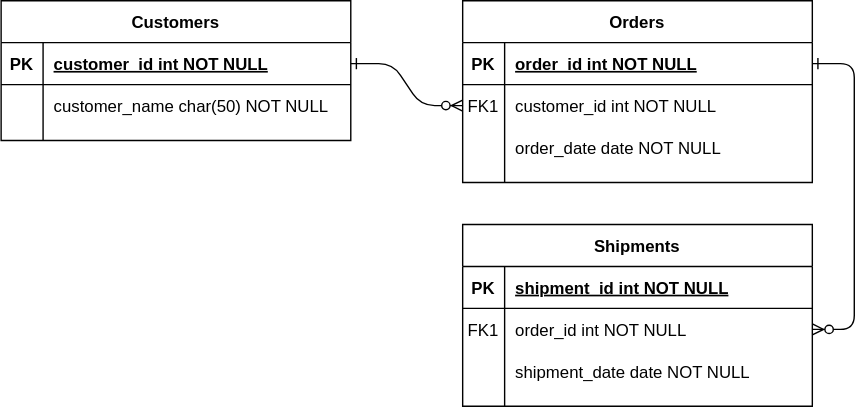
Earlier version of the draw.io export scripts/Untitled Diagram.svg (DJWOMS/useful). Source tidied: cells renumbered, new cells last; positions are measured from the earlier drawing's top-left corner, leaving out a move shared by most shapes.
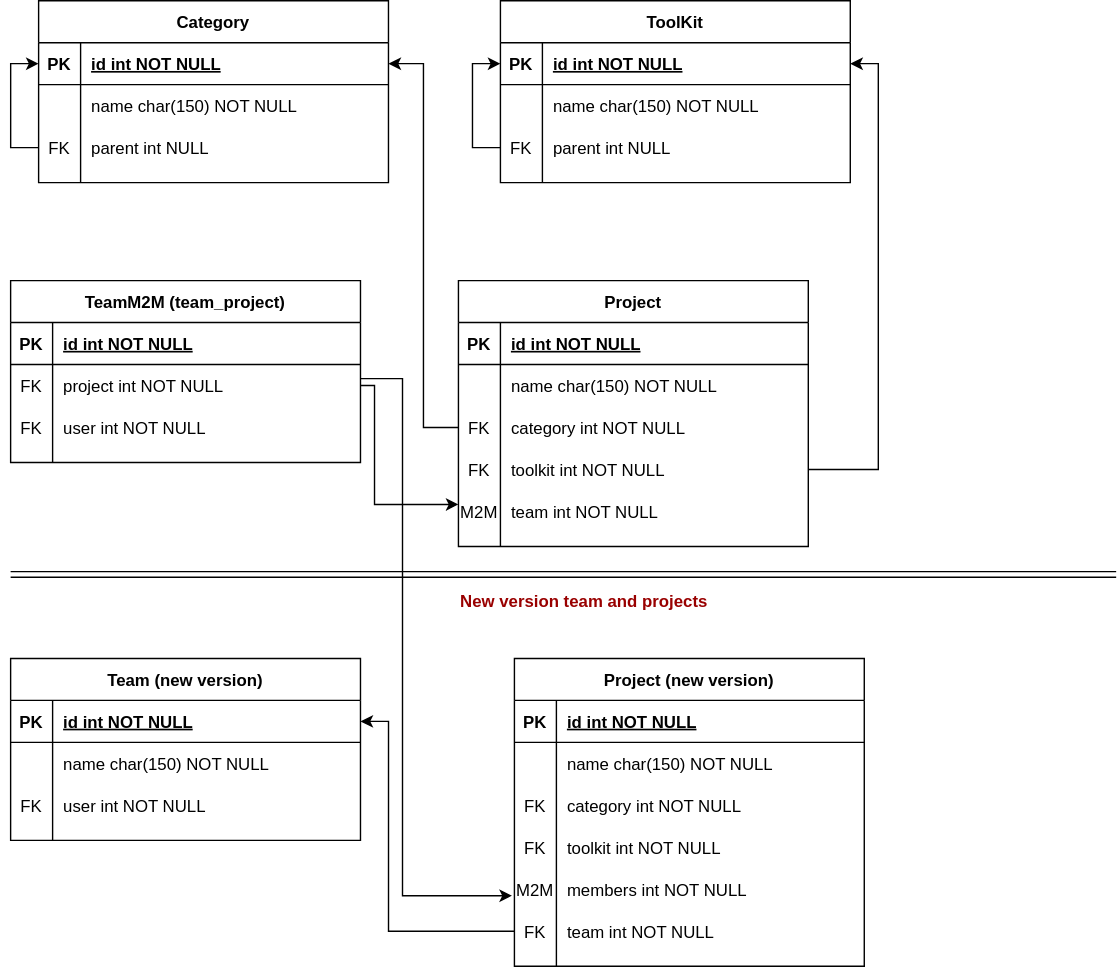
Later version of the same file.

The edit, as a diff of the source:
```diff
@@ -4,10 +4,4 @@
     <mxCell id="1" parent="0" />
-    <mxCell id="2" style="edgeStyle=entityRelationEdgeStyle;endArrow=ERzeroToMany;startArrow=ERone;endFill=1;startFill=0;" parent="1" edge="1" source="25" target="8">
-      <mxGeometry relative="1" as="geometry" />
-    </mxCell>
-    <mxCell id="3" style="edgeStyle=entityRelationEdgeStyle;endArrow=ERzeroToMany;startArrow=ERone;endFill=1;startFill=0;" parent="1" edge="1" source="5" target="18">
-      <mxGeometry relative="1" as="geometry" />
-    </mxCell>
-    <mxCell id="4" value="Orders" style="shape=table;startSize=30;rowLines=0;fontStyle=1;align=center;" parent="1" vertex="1">
-      <mxGeometry x="330" width="250" height="130" as="geometry" />
+    <mxCell id="4" value="Project" style="shape=table;startSize=30;rowLines=0;fontStyle=1;align=center;" parent="1" vertex="1">
+      <mxGeometry x="200" y="90" width="250" height="190" as="geometry" />
     </mxCell>
@@ -19,3 +13,3 @@
     </mxCell>
-    <mxCell id="7" value="order_id int NOT NULL " style="shape=partialRectangle;overflow=hidden;fillColor=none;top=0;left=0;bottom=0;right=0;align=left;spacingLeft=6;fontStyle=5;" parent="5" vertex="1">
+    <mxCell id="7" value="id int NOT NULL " style="shape=partialRectangle;overflow=hidden;fillColor=none;top=0;left=0;bottom=0;right=0;align=left;spacingLeft=6;fontStyle=5;" parent="5" vertex="1">
       <mxGeometry x="30" width="220" height="30" as="geometry" />
@@ -25,6 +19,6 @@
     </mxCell>
-    <mxCell id="9" value="FK1" style="shape=partialRectangle;overflow=hidden;fillColor=none;top=0;left=0;bottom=0;right=0;" parent="8" vertex="1">
+    <mxCell id="9" style="shape=partialRectangle;overflow=hidden;fillColor=none;top=0;left=0;bottom=0;right=0;" parent="8" vertex="1">
       <mxGeometry width="30" height="30" as="geometry" />
     </mxCell>
-    <mxCell id="10" value="customer_id int NOT NULL" style="shape=partialRectangle;overflow=hidden;fillColor=none;top=0;left=0;bottom=0;right=0;align=left;spacingLeft=6;" parent="8" vertex="1">
+    <mxCell id="10" value="name char(150) NOT NULL" style="shape=partialRectangle;overflow=hidden;fillColor=none;top=0;left=0;bottom=0;right=0;align=left;spacingLeft=6;" parent="8" vertex="1">
       <mxGeometry x="30" width="220" height="30" as="geometry" />
@@ -34,10 +28,28 @@
     </mxCell>
-    <mxCell id="12" style="shape=partialRectangle;overflow=hidden;fillColor=none;top=0;left=0;bottom=0;right=0;" parent="11" vertex="1">
+    <mxCell id="12" value="FK" style="shape=partialRectangle;overflow=hidden;fillColor=none;top=0;left=0;bottom=0;right=0;" parent="11" vertex="1">
       <mxGeometry width="30" height="30" as="geometry" />
     </mxCell>
-    <mxCell id="13" value="order_date date NOT NULL" style="shape=partialRectangle;overflow=hidden;fillColor=none;top=0;left=0;bottom=0;right=0;align=left;spacingLeft=6;" parent="11" vertex="1">
+    <mxCell id="13" value="category int NOT NULL" style="shape=partialRectangle;overflow=hidden;fillColor=none;top=0;left=0;bottom=0;right=0;align=left;spacingLeft=6;" parent="11" vertex="1">
       <mxGeometry x="30" width="220" height="30" as="geometry" />
     </mxCell>
+    <mxCell id="31" style="shape=partialRectangle;fillColor=none;points=[[0,0.5],[1,0.5]];portConstraint=eastwest;top=0;left=0;right=0;bottom=0;" parent="4" vertex="1">
+      <mxGeometry y="120" width="250" height="30" as="geometry" />
+    </mxCell>
+    <mxCell id="32" value="FK" style="shape=partialRectangle;overflow=hidden;fillColor=none;top=0;left=0;bottom=0;right=0;" parent="31" vertex="1">
+      <mxGeometry width="30" height="30" as="geometry" />
+    </mxCell>
+    <mxCell id="33" value="toolkit int NOT NULL" style="shape=partialRectangle;overflow=hidden;fillColor=none;top=0;left=0;bottom=0;right=0;align=left;spacingLeft=6;" parent="31" vertex="1">
+      <mxGeometry x="30" width="220" height="30" as="geometry" />
+    </mxCell>
+    <mxCell id="34" style="shape=partialRectangle;fillColor=none;points=[[0,0.5],[1,0.5]];portConstraint=eastwest;top=0;left=0;right=0;bottom=0;" parent="4" vertex="1">
+      <mxGeometry y="150" width="250" height="30" as="geometry" />
+    </mxCell>
+    <mxCell id="35" value="M2M" style="shape=partialRectangle;overflow=hidden;fillColor=none;top=0;left=0;bottom=0;right=0;" parent="34" vertex="1">
+      <mxGeometry width="30" height="30" as="geometry" />
+    </mxCell>
+    <mxCell id="36" value="team int NOT NULL" style="shape=partialRectangle;overflow=hidden;fillColor=none;top=0;left=0;bottom=0;right=0;align=left;spacingLeft=6;" parent="34" vertex="1">
+      <mxGeometry x="30" width="220" height="30" as="geometry" />
+    </mxCell>
-    <mxCell id="14" value="Shipments" style="shape=table;startSize=30;rowLines=0;fontStyle=1;align=center;" parent="1" vertex="1">
-      <mxGeometry x="330" y="160" width="250" height="130" as="geometry" />
+    <mxCell id="14" value="ToolKit" style="shape=table;startSize=30;rowLines=0;fontStyle=1;align=center;" parent="1" vertex="1">
+      <mxGeometry x="230" y="-110" width="250" height="130" as="geometry" />
     </mxCell>
@@ -49,3 +61,3 @@
     </mxCell>
-    <mxCell id="17" value="shipment_id int NOT NULL " style="shape=partialRectangle;overflow=hidden;fillColor=none;top=0;left=0;bottom=0;right=0;align=left;spacingLeft=6;fontStyle=5;" parent="15" vertex="1">
+    <mxCell id="17" value="id int NOT NULL " style="shape=partialRectangle;overflow=hidden;fillColor=none;top=0;left=0;bottom=0;right=0;align=left;spacingLeft=6;fontStyle=5;" parent="15" vertex="1">
       <mxGeometry x="30" width="220" height="30" as="geometry" />
@@ -55,8 +67,11 @@
     </mxCell>
-    <mxCell id="19" value="FK1" style="shape=partialRectangle;overflow=hidden;fillColor=none;top=0;left=0;bottom=0;right=0;" parent="18" vertex="1">
+    <mxCell id="19" style="shape=partialRectangle;overflow=hidden;fillColor=none;top=0;left=0;bottom=0;right=0;" parent="18" vertex="1">
       <mxGeometry width="30" height="30" as="geometry" />
     </mxCell>
-    <mxCell id="20" value="order_id int NOT NULL" style="shape=partialRectangle;overflow=hidden;fillColor=none;top=0;left=0;bottom=0;right=0;align=left;spacingLeft=6;" parent="18" vertex="1">
+    <mxCell id="20" value="name char(150) NOT NULL" style="shape=partialRectangle;overflow=hidden;fillColor=none;top=0;left=0;bottom=0;right=0;align=left;spacingLeft=6;" parent="18" vertex="1">
       <mxGeometry x="30" width="220" height="30" as="geometry" />
     </mxCell>
+    <mxCell id="37" style="edgeStyle=orthogonalEdgeStyle;rounded=0;jettySize=auto;html=1;entryX=0;entryY=0.5;entryDx=0;entryDy=0;" parent="14" edge="1" source="21" target="15">
+      <mxGeometry relative="1" as="geometry" />
+    </mxCell>
     <mxCell id="21" style="shape=partialRectangle;fillColor=none;points=[[0,0.5],[1,0.5]];portConstraint=eastwest;top=0;left=0;right=0;bottom=0;" parent="14" vertex="1">
@@ -64,10 +79,10 @@
     </mxCell>
-    <mxCell id="22" style="shape=partialRectangle;overflow=hidden;fillColor=none;top=0;left=0;bottom=0;right=0;" parent="21" vertex="1">
+    <mxCell id="22" value="FK" style="shape=partialRectangle;overflow=hidden;fillColor=none;top=0;left=0;bottom=0;right=0;" parent="21" vertex="1">
       <mxGeometry width="30" height="30" as="geometry" />
     </mxCell>
-    <mxCell id="23" value="shipment_date date NOT NULL" style="shape=partialRectangle;overflow=hidden;fillColor=none;top=0;left=0;bottom=0;right=0;align=left;spacingLeft=6;" parent="21" vertex="1">
+    <mxCell id="23" value="parent int NULL" style="shape=partialRectangle;overflow=hidden;fillColor=none;top=0;left=0;bottom=0;right=0;align=left;spacingLeft=6;" parent="21" vertex="1">
       <mxGeometry x="30" width="220" height="30" as="geometry" />
     </mxCell>
-    <mxCell id="24" value="Customers" style="shape=table;startSize=30;rowLines=0;fontStyle=1;align=center;" parent="1" vertex="1">
-      <mxGeometry width="250" height="100" as="geometry" />
+    <mxCell id="24" value="Category" style="shape=table;startSize=30;rowLines=0;fontStyle=1;align=center;" parent="1" vertex="1">
+      <mxGeometry x="-100" y="-110" width="250" height="130" as="geometry" />
     </mxCell>
@@ -79,3 +94,3 @@
     </mxCell>
-    <mxCell id="27" value="customer_id int NOT NULL " style="shape=partialRectangle;overflow=hidden;fillColor=none;top=0;left=0;bottom=0;right=0;align=left;spacingLeft=6;fontStyle=5;" parent="25" vertex="1">
+    <mxCell id="27" value="id int NOT NULL " style="shape=partialRectangle;overflow=hidden;fillColor=none;top=0;left=0;bottom=0;right=0;align=left;spacingLeft=6;fontStyle=5;" parent="25" vertex="1">
       <mxGeometry x="30" width="220" height="30" as="geometry" />
@@ -88,5 +103,173 @@
     </mxCell>
-    <mxCell id="30" value="customer_name char(50) NOT NULL" style="shape=partialRectangle;overflow=hidden;fillColor=none;top=0;left=0;bottom=0;right=0;align=left;spacingLeft=6;" parent="28" vertex="1">
+    <mxCell id="30" value="name char(150) NOT NULL" style="shape=partialRectangle;overflow=hidden;fillColor=none;top=0;left=0;bottom=0;right=0;align=left;spacingLeft=6;" parent="28" vertex="1">
       <mxGeometry x="30" width="220" height="30" as="geometry" />
     </mxCell>
+    <mxCell id="38" style="edgeStyle=orthogonalEdgeStyle;rounded=0;jettySize=auto;html=1;entryX=0;entryY=0.5;entryDx=0;entryDy=0;" parent="24" edge="1" source="39" target="25">
+      <mxGeometry relative="1" as="geometry" />
+    </mxCell>
+    <mxCell id="39" style="shape=partialRectangle;fillColor=none;points=[[0,0.5],[1,0.5]];portConstraint=eastwest;top=0;left=0;right=0;bottom=0;" parent="24" vertex="1">
+      <mxGeometry y="90" width="250" height="30" as="geometry" />
+    </mxCell>
+    <mxCell id="40" value="FK" style="shape=partialRectangle;overflow=hidden;fillColor=none;top=0;left=0;bottom=0;right=0;" parent="39" vertex="1">
+      <mxGeometry width="30" height="30" as="geometry" />
+    </mxCell>
+    <mxCell id="41" value="parent int NULL" style="shape=partialRectangle;overflow=hidden;fillColor=none;top=0;left=0;bottom=0;right=0;align=left;spacingLeft=6;" parent="39" vertex="1">
+      <mxGeometry x="30" width="220" height="30" as="geometry" />
+    </mxCell>
+    <mxCell id="42" style="edgeStyle=orthogonalEdgeStyle;rounded=0;jettySize=auto;html=1;exitX=0;exitY=0.5;exitDx=0;exitDy=0;" parent="1" edge="1" source="11" target="25">
+      <mxGeometry relative="1" as="geometry" />
+    </mxCell>
+    <mxCell id="43" style="edgeStyle=orthogonalEdgeStyle;rounded=0;jettySize=auto;html=1;entryX=1;entryY=0.5;entryDx=0;entryDy=0;" parent="1" edge="1" source="31" target="15">
+      <mxGeometry relative="1" as="geometry" />
+    </mxCell>
+    <mxCell id="44" value="TeamM2M (team_project)" style="shape=table;startSize=30;rowLines=0;fontStyle=1;align=center;" parent="1" vertex="1">
+      <mxGeometry x="-120" y="90" width="250" height="130" as="geometry" />
+    </mxCell>
+    <mxCell id="45" style="shape=partialRectangle;fillColor=none;top=0;left=0;right=0;bottom=1;" parent="44" vertex="1">
+      <mxGeometry y="30" width="250" height="30" as="geometry" />
+    </mxCell>
+    <mxCell id="46" value="PK" style="shape=partialRectangle;overflow=hidden;fillColor=none;top=0;left=0;bottom=0;right=0;fontStyle=1;" parent="45" vertex="1">
+      <mxGeometry width="30" height="30" as="geometry" />
+    </mxCell>
+    <mxCell id="47" value="id int NOT NULL " style="shape=partialRectangle;overflow=hidden;fillColor=none;top=0;left=0;bottom=0;right=0;align=left;spacingLeft=6;fontStyle=5;" parent="45" vertex="1">
+      <mxGeometry x="30" width="220" height="30" as="geometry" />
+    </mxCell>
+    <mxCell id="48" style="shape=partialRectangle;fillColor=none;points=[[0,0.5],[1,0.5]];portConstraint=eastwest;top=0;left=0;right=0;bottom=0;" parent="44" vertex="1">
+      <mxGeometry y="60" width="250" height="30" as="geometry" />
+    </mxCell>
+    <mxCell id="49" value="FK" style="shape=partialRectangle;overflow=hidden;fillColor=none;top=0;left=0;bottom=0;right=0;" parent="48" vertex="1">
+      <mxGeometry width="30" height="30" as="geometry" />
+    </mxCell>
+    <mxCell id="50" value="project int NOT NULL" style="shape=partialRectangle;overflow=hidden;fillColor=none;top=0;left=0;bottom=0;right=0;align=left;spacingLeft=6;" parent="48" vertex="1">
+      <mxGeometry x="30" width="220" height="30" as="geometry" />
+    </mxCell>
+    <mxCell id="51" style="shape=partialRectangle;fillColor=none;top=0;left=0;right=0;bottom=0;" parent="44" vertex="1">
+      <mxGeometry y="90" width="250" height="30" as="geometry" />
+    </mxCell>
+    <mxCell id="52" value="FK" style="shape=partialRectangle;overflow=hidden;fillColor=none;top=0;left=0;bottom=0;right=0;" parent="51" vertex="1">
+      <mxGeometry width="30" height="30" as="geometry" />
+    </mxCell>
+    <mxCell id="53" value="user int NOT NULL" style="shape=partialRectangle;overflow=hidden;fillColor=none;top=0;left=0;bottom=0;right=0;align=left;spacingLeft=6;" parent="51" vertex="1">
+      <mxGeometry x="30" width="220" height="30" as="geometry" />
+    </mxCell>
+    <mxCell id="54" style="edgeStyle=orthogonalEdgeStyle;rounded=0;jettySize=auto;html=1;entryX=0;entryY=0.333;entryDx=0;entryDy=0;entryPerimeter=0;fontColor=#000000;" parent="1" edge="1" source="48" target="34">
+      <mxGeometry relative="1" as="geometry">
+        <Array as="points">
+          <mxPoint x="140" y="165" />
+          <mxPoint x="140" y="250" />
+        </Array>
+      </mxGeometry>
+    </mxCell>
+    <mxCell id="55" value="Team (new version)" style="shape=table;startSize=30;rowLines=0;fontStyle=1;align=center;" parent="1" vertex="1">
+      <mxGeometry x="-120" y="360" width="250" height="130" as="geometry" />
+    </mxCell>
+    <mxCell id="56" style="shape=partialRectangle;fillColor=none;points=[[0,0.5],[1,0.5]];portConstraint=eastwest;top=0;left=0;right=0;bottom=1;" parent="55" vertex="1">
+      <mxGeometry y="30" width="250" height="30" as="geometry" />
+    </mxCell>
+    <mxCell id="57" value="PK" style="shape=partialRectangle;overflow=hidden;fillColor=none;top=0;left=0;bottom=0;right=0;fontStyle=1;" parent="56" vertex="1">
+      <mxGeometry width="30" height="30" as="geometry" />
+    </mxCell>
+    <mxCell id="58" value="id int NOT NULL " style="shape=partialRectangle;overflow=hidden;fillColor=none;top=0;left=0;bottom=0;right=0;align=left;spacingLeft=6;fontStyle=5;" parent="56" vertex="1">
+      <mxGeometry x="30" width="220" height="30" as="geometry" />
+    </mxCell>
+    <mxCell id="59" style="shape=partialRectangle;fillColor=none;top=0;left=0;right=0;bottom=0;" parent="55" vertex="1">
+      <mxGeometry y="60" width="250" height="30" as="geometry" />
+    </mxCell>
+    <mxCell id="60" style="shape=partialRectangle;overflow=hidden;fillColor=none;top=0;left=0;bottom=0;right=0;" parent="59" vertex="1">
+      <mxGeometry width="30" height="30" as="geometry" />
+    </mxCell>
+    <mxCell id="61" value="name char(150) NOT NULL" style="shape=partialRectangle;overflow=hidden;fillColor=none;top=0;left=0;bottom=0;right=0;align=left;spacingLeft=6;" parent="59" vertex="1">
+      <mxGeometry x="30" width="220" height="30" as="geometry" />
+    </mxCell>
+    <mxCell id="62" style="shape=partialRectangle;fillColor=none;top=0;left=0;right=0;bottom=0;" parent="55" vertex="1">
+      <mxGeometry y="90" width="250" height="30" as="geometry" />
+    </mxCell>
+    <mxCell id="63" value="FK" style="shape=partialRectangle;overflow=hidden;fillColor=none;top=0;left=0;bottom=0;right=0;" parent="62" vertex="1">
+      <mxGeometry width="30" height="30" as="geometry" />
+    </mxCell>
+    <mxCell id="64" value="user int NOT NULL" style="shape=partialRectangle;overflow=hidden;fillColor=none;top=0;left=0;bottom=0;right=0;align=left;spacingLeft=6;" parent="62" vertex="1">
+      <mxGeometry x="30" width="220" height="30" as="geometry" />
+    </mxCell>
+    <mxCell id="65" value="Project (new version)" style="shape=table;startSize=30;rowLines=0;fontStyle=1;align=center;" parent="1" vertex="1">
+      <mxGeometry x="240" y="360" width="250" height="220" as="geometry" />
+    </mxCell>
+    <mxCell id="66" style="shape=partialRectangle;fillColor=none;top=0;left=0;right=0;bottom=1;" parent="65" vertex="1">
+      <mxGeometry y="30" width="250" height="30" as="geometry" />
+    </mxCell>
+    <mxCell id="67" value="PK" style="shape=partialRectangle;overflow=hidden;fillColor=none;top=0;left=0;bottom=0;right=0;fontStyle=1;" parent="66" vertex="1">
+      <mxGeometry width="30" height="30" as="geometry" />
+    </mxCell>
+    <mxCell id="68" value="id int NOT NULL " style="shape=partialRectangle;overflow=hidden;fillColor=none;top=0;left=0;bottom=0;right=0;align=left;spacingLeft=6;fontStyle=5;" parent="66" vertex="1">
+      <mxGeometry x="30" width="220" height="30" as="geometry" />
+    </mxCell>
+    <mxCell id="69" style="shape=partialRectangle;fillColor=none;top=0;left=0;right=0;bottom=0;" parent="65" vertex="1">
+      <mxGeometry y="60" width="250" height="30" as="geometry" />
+    </mxCell>
+    <mxCell id="70" style="shape=partialRectangle;overflow=hidden;fillColor=none;top=0;left=0;bottom=0;right=0;" parent="69" vertex="1">
+      <mxGeometry width="30" height="30" as="geometry" />
+    </mxCell>
+    <mxCell id="71" value="name char(150) NOT NULL" style="shape=partialRectangle;overflow=hidden;fillColor=none;top=0;left=0;bottom=0;right=0;align=left;spacingLeft=6;" parent="69" vertex="1">
+      <mxGeometry x="30" width="220" height="30" as="geometry" />
+    </mxCell>
+    <mxCell id="72" style="shape=partialRectangle;fillColor=none;top=0;left=0;right=0;bottom=0;" parent="65" vertex="1">
+      <mxGeometry y="90" width="250" height="30" as="geometry" />
+    </mxCell>
+    <mxCell id="73" value="FK" style="shape=partialRectangle;overflow=hidden;fillColor=none;top=0;left=0;bottom=0;right=0;" parent="72" vertex="1">
+      <mxGeometry width="30" height="30" as="geometry" />
+    </mxCell>
+    <mxCell id="74" value="category int NOT NULL" style="shape=partialRectangle;overflow=hidden;fillColor=none;top=0;left=0;bottom=0;right=0;align=left;spacingLeft=6;" parent="72" vertex="1">
+      <mxGeometry x="30" width="220" height="30" as="geometry" />
+    </mxCell>
+    <mxCell id="75" style="shape=partialRectangle;fillColor=none;top=0;left=0;right=0;bottom=0;" parent="65" vertex="1">
+      <mxGeometry y="120" width="250" height="30" as="geometry" />
+    </mxCell>
+    <mxCell id="76" value="FK" style="shape=partialRectangle;overflow=hidden;fillColor=none;top=0;left=0;bottom=0;right=0;" parent="75" vertex="1">
+      <mxGeometry width="30" height="30" as="geometry" />
+    </mxCell>
+    <mxCell id="77" value="toolkit int NOT NULL" style="shape=partialRectangle;overflow=hidden;fillColor=none;top=0;left=0;bottom=0;right=0;align=left;spacingLeft=6;" parent="75" vertex="1">
+      <mxGeometry x="30" width="220" height="30" as="geometry" />
+    </mxCell>
+    <mxCell id="78" style="shape=partialRectangle;fillColor=none;points=[[0,0.5],[1,0.5]];portConstraint=eastwest;top=0;left=0;right=0;bottom=0;" parent="65" vertex="1">
+      <mxGeometry y="150" width="250" height="30" as="geometry" />
+    </mxCell>
+    <mxCell id="79" value="M2M" style="shape=partialRectangle;overflow=hidden;fillColor=none;top=0;left=0;bottom=0;right=0;" parent="78" vertex="1">
+      <mxGeometry width="30" height="30" as="geometry" />
+    </mxCell>
+    <mxCell id="80" value="members int NOT NULL" style="shape=partialRectangle;overflow=hidden;fillColor=none;top=0;left=0;bottom=0;right=0;align=left;spacingLeft=6;" parent="78" vertex="1">
+      <mxGeometry x="30" width="220" height="30" as="geometry" />
+    </mxCell>
+    <mxCell id="81" style="shape=partialRectangle;fillColor=none;points=[[0,0.5],[1,0.5]];portConstraint=eastwest;top=0;left=0;right=0;bottom=0;" parent="65" vertex="1">
+      <mxGeometry y="180" width="250" height="30" as="geometry" />
+    </mxCell>
+    <mxCell id="82" value="FK" style="shape=partialRectangle;overflow=hidden;fillColor=none;top=0;left=0;bottom=0;right=0;" parent="81" vertex="1">
+      <mxGeometry width="30" height="30" as="geometry" />
+    </mxCell>
+    <mxCell id="83" value="team int NOT NULL" style="shape=partialRectangle;overflow=hidden;fillColor=none;top=0;left=0;bottom=0;right=0;align=left;spacingLeft=6;" parent="81" vertex="1">
+      <mxGeometry x="30" width="220" height="30" as="geometry" />
+    </mxCell>
+    <mxCell id="84" style="edgeStyle=orthogonalEdgeStyle;rounded=0;jettySize=auto;html=1;entryX=-0.007;entryY=0.652;entryDx=0;entryDy=0;entryPerimeter=0;fontColor=#000000;" parent="1" edge="1" source="48" target="78">
+      <mxGeometry relative="1" as="geometry">
+        <Array as="points">
+          <mxPoint x="160" y="160" />
+          <mxPoint x="160" y="530" />
+        </Array>
+      </mxGeometry>
+    </mxCell>
+    <mxCell id="85" style="edgeStyle=orthogonalEdgeStyle;rounded=0;jettySize=auto;html=1;entryX=1;entryY=0.5;entryDx=0;entryDy=0;fontColor=#000000;" parent="1" edge="1" source="81" target="56">
+      <mxGeometry relative="1" as="geometry">
+        <Array as="points">
+          <mxPoint x="150" y="555" />
+          <mxPoint x="150" y="405" />
+        </Array>
+      </mxGeometry>
+    </mxCell>
+    <mxCell id="86" value="&lt;b&gt;&lt;font color=&quot;#990000&quot;&gt;New version team and projects&lt;/font&gt;&lt;/b&gt;" style="text;html=1;strokeColor=none;fillColor=none;align=center;verticalAlign=middle;whiteSpace=wrap;rounded=0;fontColor=#000000;" parent="1" vertex="1">
+      <mxGeometry x="150" y="310" width="280" height="20" as="geometry" />
+    </mxCell>
+    <mxCell id="87" style="shape=link;html=1;fontColor=#000000;" parent="1" edge="1">
+      <mxGeometry relative="1" as="geometry">
+        <mxPoint x="-120" y="300" as="sourcePoint" />
+        <mxPoint x="670" y="300" as="targetPoint" />
+      </mxGeometry>
+    </mxCell>
   </root>
```
